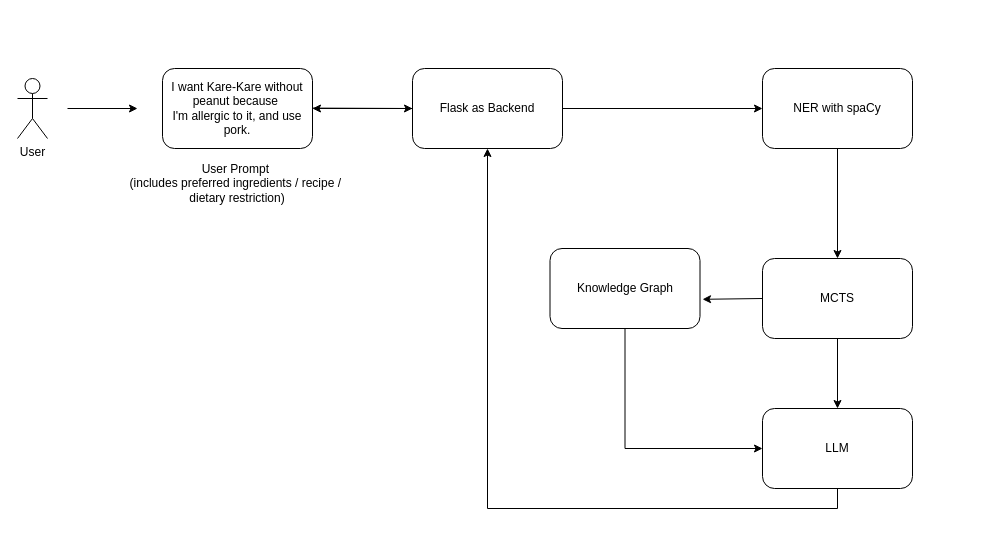
Earlier version of the draw.io diagram SystemArchi.drawio (MonaJea-Ng/Projects). Source tidied: cells renumbered, new cells numbered last; positions are measured from the earlier drawing's top-left corner, leaving out a move shared by most shapes. Both pictures are drawn from the tidied source at 100%, with x=0, y=0 at pixel (17, 68).
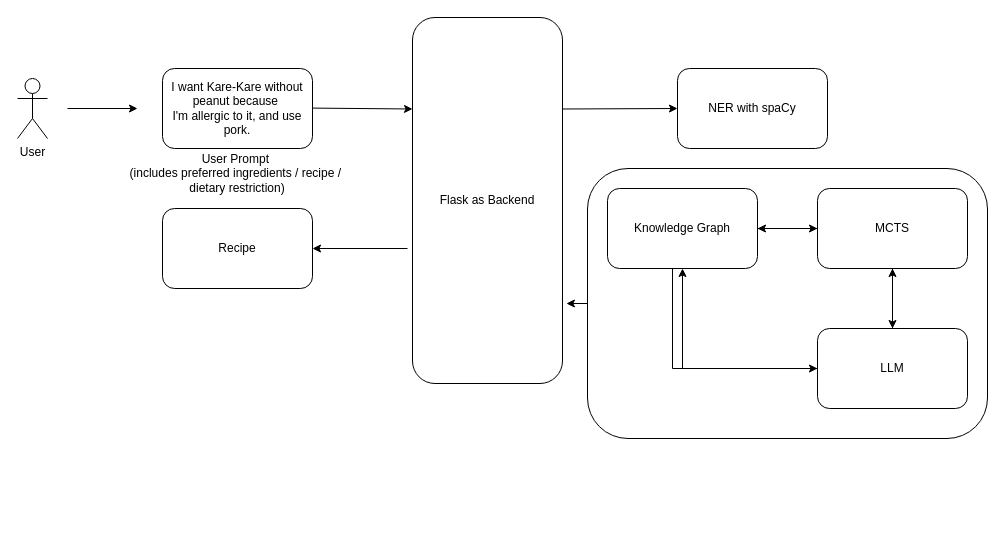
The same page after the edit.

Unchanged cells that the change refers to:
```xml
<mxCell id="2" value="I want Kare-Kare without peanut because&amp;nbsp;&lt;div&gt;I'm allergic to it, and use pork.&lt;/div&gt;" style="rounded=1;whiteSpace=wrap;html=1;" parent="1" vertex="1">
  <mxGeometry x="145" width="150" height="80" as="geometry" />
</mxCell>
```

The edit, as a diff of the source:
```diff
@@
+    <mxCell id="19" style="rounded=1;whiteSpace=wrap;html=1;" parent="1" vertex="1">
+      <mxGeometry x="570" y="100" width="400" height="270" as="geometry" />
+    </mxCell>
@@
     <mxCell id="5" value="NER with spaCy" style="rounded=1;whiteSpace=wrap;html=1;" parent="1" vertex="1">
-      <mxGeometry x="745" width="150" height="80" as="geometry" />
+      <mxGeometry x="660" width="150" height="80" as="geometry" />
     </mxCell>
     <mxCell id="6" value="User Prompt&amp;nbsp;&lt;div&gt;(includes preferred ingredients / recipe /&amp;nbsp;&lt;/div&gt;&lt;div&gt;dietary restriction)&lt;/div&gt;" style="text;html=1;align=center;verticalAlign=middle;whiteSpace=wrap;rounded=0;" parent="1" vertex="1">
-      <mxGeometry x="110" y="100" width="220" height="30" as="geometry" />
+      <mxGeometry x="110" y="90" width="220" height="30" as="geometry" />
     </mxCell>
     <mxCell id="7" value="MCTS" style="rounded=1;whiteSpace=wrap;html=1;" parent="1" vertex="1">
-      <mxGeometry x="745" y="190" width="150" height="80" as="geometry" />
+      <mxGeometry x="800" y="120" width="150" height="80" as="geometry" />
     </mxCell>
     <mxCell id="8" style="edgeStyle=orthogonalEdgeStyle;rounded=0;jettySize=auto;html=1;exitX=0.5;exitY=1;exitDx=0;exitDy=0;entryX=0;entryY=0.5;entryDx=0;entryDy=0;" parent="1" edge="1" source="9" target="13">
       <mxGeometry relative="1" as="geometry">
         <Array as="points">
-          <mxPoint x="608" y="380" />
+          <mxPoint x="655" y="300" />
         </Array>
       </mxGeometry>
     </mxCell>
     <mxCell id="9" value="Knowledge Graph" style="rounded=1;whiteSpace=wrap;html=1;" parent="1" vertex="1">
-      <mxGeometry x="532.5" y="180" width="150" height="80" as="geometry" />
+      <mxGeometry x="590" y="120" width="150" height="80" as="geometry" />
     </mxCell>
-    <mxCell id="10" style="endArrow=classic;html=1;rounded=0;exitX=0;exitY=0.5;exitDx=0;exitDy=0;entryX=1.017;entryY=0.635;entryDx=0;entryDy=0;entryPerimeter=0;" parent="1" edge="1" source="7" target="9">
+    <mxCell id="10" style="endArrow=classic;html=1;rounded=0;exitX=0;exitY=0.5;exitDx=0;exitDy=0;entryX=1;entryY=0.5;entryDx=0;entryDy=0;" parent="1" edge="1" source="7" target="9">
       <mxGeometry relative="1" as="geometry" />
     </mxCell>
@@
-    <mxCell id="12" style="edgeStyle=orthogonalEdgeStyle;rounded=0;jettySize=auto;html=1;exitX=0.5;exitY=1;exitDx=0;exitDy=0;" parent="1" edge="1" source="13" target="15">
-      <mxGeometry relative="1" as="geometry" />
-    </mxCell>
+    <mxCell id="20" style="edgeStyle=orthogonalEdgeStyle;rounded=0;jettySize=auto;html=1;exitX=0;exitY=0.5;exitDx=0;exitDy=0;entryX=0.5;entryY=1;entryDx=0;entryDy=0;" parent="1" edge="1" source="13" target="9">
+      <mxGeometry relative="1" as="geometry" />
+    </mxCell>
     <mxCell id="13" value="LLM" style="rounded=1;whiteSpace=wrap;html=1;" parent="1" vertex="1">
-      <mxGeometry x="745" y="340" width="150" height="80" as="geometry" />
+      <mxGeometry x="800" y="260" width="150" height="80" as="geometry" />
     </mxCell>
-    <mxCell id="14" style="endArrow=classic;html=1;rounded=0;exitX=0.5;exitY=1;exitDx=0;exitDy=0;entryX=0.5;entryY=0;entryDx=0;entryDy=0;" parent="1" edge="1" source="5" target="7">
-      <mxGeometry relative="1" as="geometry" />
-    </mxCell>
     <mxCell id="15" value="Flask as Backend" style="rounded=1;whiteSpace=wrap;html=1;" parent="1" vertex="1">
-      <mxGeometry x="395" width="150" height="80" as="geometry" />
+      <mxGeometry x="395" y="-51" width="150" height="366" as="geometry" />
     </mxCell>
-    <mxCell id="16" style="endArrow=classic;html=1;rounded=0;entryX=0;entryY=0.5;entryDx=0;entryDy=0;exitX=1;exitY=0.5;exitDx=0;exitDy=0;" parent="1" edge="1" source="15" target="5">
+    <mxCell id="16" style="endArrow=classic;html=1;rounded=0;entryX=0;entryY=0.5;entryDx=0;entryDy=0;exitX=1;exitY=0.25;exitDx=0;exitDy=0;" parent="1" edge="1" source="15" target="5">
       <mxGeometry relative="1" as="geometry" />
     </mxCell>
-    <mxCell id="17" style="endArrow=classic;html=1;rounded=0;exitX=1;exitY=0.5;exitDx=0;exitDy=0;entryX=0;entryY=0.5;entryDx=0;entryDy=0;" parent="1" edge="1" target="15">
+    <mxCell id="17" style="endArrow=classic;html=1;rounded=0;exitX=1;exitY=0.5;exitDx=0;exitDy=0;entryX=0;entryY=0.25;entryDx=0;entryDy=0;" parent="1" edge="1" target="15">
       <mxGeometry relative="1" as="geometry">
         <mxPoint x="295" y="39.6" as="sourcePoint" />
       </mxGeometry>
     </mxCell>
-    <mxCell id="18" style="endArrow=classic;html=1;rounded=0;exitX=0;exitY=0.5;exitDx=0;exitDy=0;entryX=1;entryY=0.5;entryDx=0;entryDy=0;" parent="1" edge="1" source="15" target="2">
-      <mxGeometry relative="1" as="geometry" />
-    </mxCell>
+    <mxCell id="21" style="endArrow=classic;html=1;rounded=0;exitX=0.5;exitY=0;exitDx=0;exitDy=0;entryX=0.5;entryY=1;entryDx=0;entryDy=0;" parent="1" edge="1" source="13" target="7">
+      <mxGeometry relative="1" as="geometry" />
+    </mxCell>
+    <mxCell id="22" style="endArrow=classic;html=1;rounded=0;exitX=1;exitY=0.5;exitDx=0;exitDy=0;entryX=0;entryY=0.5;entryDx=0;entryDy=0;" parent="1" edge="1" source="9" target="7">
+      <mxGeometry relative="1" as="geometry" />
+    </mxCell>
+    <mxCell id="23" value="Recipe" style="rounded=1;whiteSpace=wrap;html=1;" parent="1" vertex="1">
+      <mxGeometry x="145" y="140" width="150" height="80" as="geometry" />
+    </mxCell>
+    <mxCell id="24" style="endArrow=classic;html=1;rounded=0;entryX=1;entryY=0.5;entryDx=0;entryDy=0;" parent="1" edge="1" target="23">
+      <mxGeometry relative="1" as="geometry">
+        <mxPoint x="390" y="180" as="sourcePoint" />
+      </mxGeometry>
+    </mxCell>
+    <mxCell id="25" style="edgeStyle=orthogonalEdgeStyle;rounded=0;jettySize=auto;html=1;exitX=0;exitY=0.5;exitDx=0;exitDy=0;entryX=1.026;entryY=0.781;entryDx=0;entryDy=0;entryPerimeter=0;" parent="1" edge="1" source="19" target="15">
+      <mxGeometry relative="1" as="geometry" />
+    </mxCell>
```
